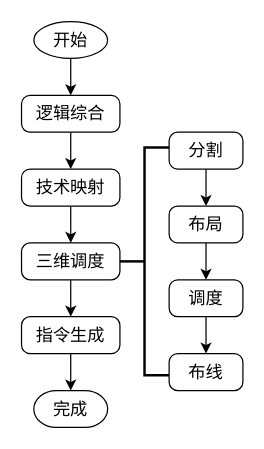
This is verilator_digrams/Emulator_05.drawio from Dercury/CLDK, a draw.io file, before an edit. Source tidied: cells renumbered, new cells numbered last; positions are measured from the earlier drawing's top-left corner, leaving out a move shared by most shapes. Both pictures are drawn from the tidied source at 123%, with x=0, y=0 at pixel (21, 21).
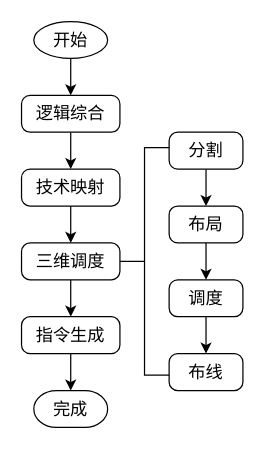
The same diagram, later.

Diff of the diagram source:
```diff
@@
-    <mxCell id="20" style="strokeWidth=2;html=1;shape=mxgraph.flowchart.annotation_2;align=left;labelPosition=right;" parent="1" vertex="1">
+    <mxCell id="20" style="strokeWidth=1;html=1;shape=mxgraph.flowchart.annotation_2;align=left;labelPosition=right;" parent="1" vertex="1">
       <mxGeometry x="80" y="102.5" width="40" height="185" as="geometry" />
     </mxCell>
```
